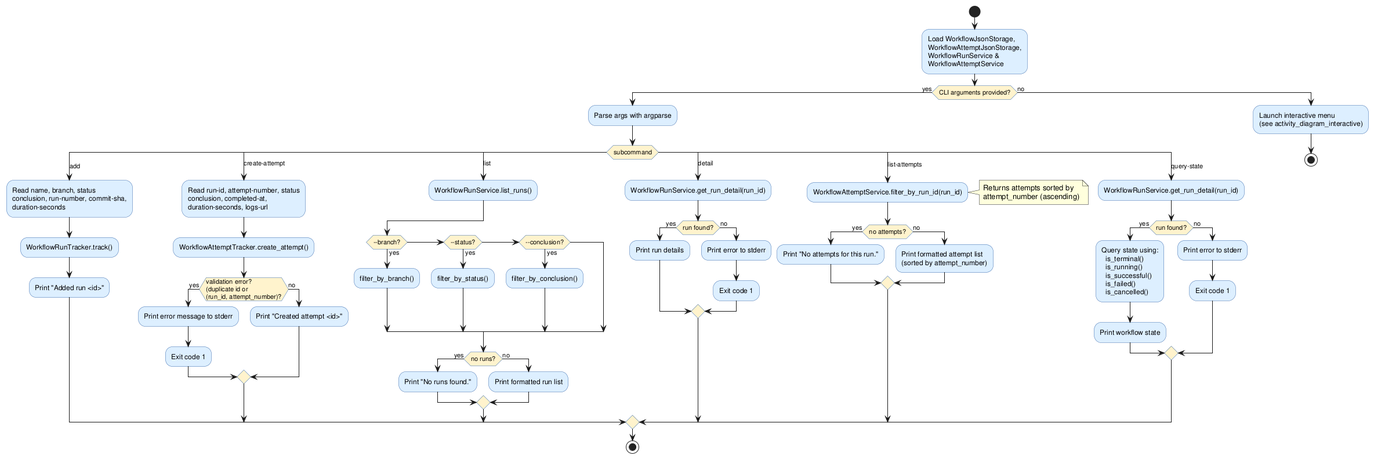
Before: experiments/pipeline/structured_text/github-workflow-manager/artifacts/activity_diagram_main.png, a diagram exported from PlantUML (DanielRiha8906/Software_autoevolution_using_agents). Source of this version:
```plantuml
@startuml activity_diagram_main

skinparam activityBackgroundColor #DDEEFF
skinparam activityBorderColor     #3366AA
skinparam activityDiamondBackgroundColor #FFF3CC

start

:Load WorkflowJsonStorage,\nWorkflowAttemptJsonStorage,\nWorkflowRunService &\nWorkflowAttemptService;

if (CLI arguments provided?) then (yes)
  :Parse args with argparse;
  switch (subcommand)

    case (add)
      :Read name, branch, status\nconclusion, run-number, commit-sha,\nduration-seconds;
      :WorkflowRunTracker.track();
      :Print "Added run <id>";

    case (create-attempt)
      :Read run-id, attempt-number, status\nconclusion, completed-at,\nduration-seconds, logs-url;
      :WorkflowAttemptTracker.create_attempt();
      if (validation error?\n(duplicate id or\n(run_id, attempt_number)?) then (yes)
        :Print error message to stderr;
        :Exit code 1;
      else (no)
        :Print "Created attempt <id>";
      endif

    case (list)
      :WorkflowRunService.list_runs();
      if (--branch?) then (yes)
        :filter_by_branch();
      elseif (--status?) then (yes)
        :filter_by_status();
      elseif (--conclusion?) then (yes)
        :filter_by_conclusion();
      endif
      if (no runs?) then (yes)
        :Print "No runs found.";
      else (no)
        :Print formatted run list;
      endif

    case (detail)
      :WorkflowRunService.get_run_detail(run_id);
      if (run found?) then (yes)
        :Print run details;
      else (no)
        :Print error to stderr;
        :Exit code 1;
      endif

    case (list-attempts)
      :WorkflowAttemptService.filter_by_run_id(run_id);
      note right
        Returns attempts sorted by
        attempt_number (ascending)
      end note
      if (no attempts?) then (yes)
        :Print "No attempts for this run.";
      else (no)
        :Print formatted attempt list\n(sorted by attempt_number);
      endif

    case (query-state)
      :WorkflowRunService.get_run_detail(run_id);
      if (run found?) then (yes)
        :Query state using:\n  is_terminal()\n  is_running()\n  is_successful()\n  is_failed()\n  is_cancelled();
        :Print workflow state;
      else (no)
        :Print error to stderr;
        :Exit code 1;
      endif

  endswitch
  stop

else (no)
  :Launch interactive menu\n(see activity_diagram_interactive);
  stop
endif

@enduml
```
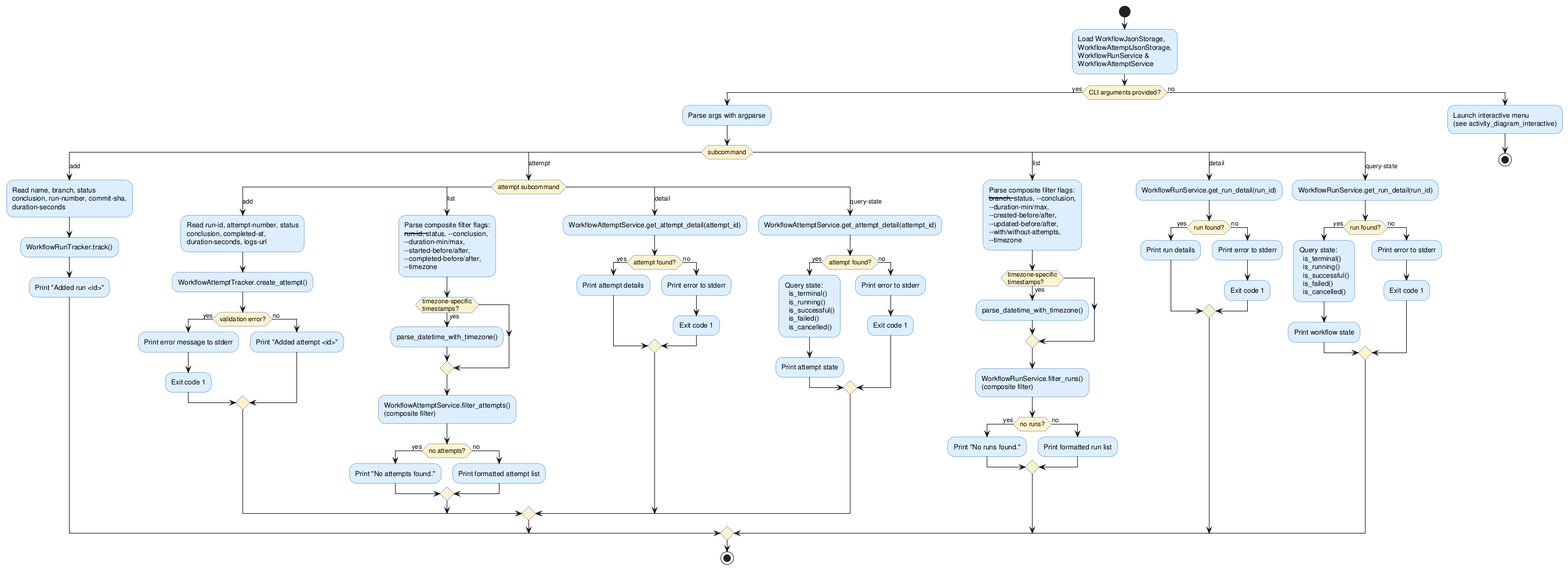
Later version of the same file.

Diff of the diagram source:
```diff
@@ -17,25 +17,53 @@
       :WorkflowRunTracker.track();
       :Print "Added run <id>";
 
-    case (create-attempt)
-      :Read run-id, attempt-number, status\nconclusion, completed-at,\nduration-seconds, logs-url;
-      :WorkflowAttemptTracker.create_attempt();
-      if (validation error?\n(duplicate id or\n(run_id, attempt_number)?) then (yes)
-        :Print error message to stderr;
-        :Exit code 1;
-      else (no)
-        :Print "Created attempt <id>";
-      endif
+    case (attempt)
+      switch (attempt subcommand)
+        case (add)
+          :Read run-id, attempt-number, status\nconclusion, completed-at,\nduration-seconds, logs-url;
+          :WorkflowAttemptTracker.create_attempt();
+          if (validation error?) then (yes)
+            :Print error message to stderr;
+            :Exit code 1;
+          else (no)
+            :Print "Added attempt <id>";
+          endif
+        case (list)
+          :Parse composite filter flags:\n--run-id, --status, --conclusion,\n--duration-min/max,\n--started-before/after,\n--completed-before/after,\n--timezone;
+          if (timezone-specific\ntimestamps?) then (yes)
+            :parse_datetime_with_timezone();
+          endif
+          :WorkflowAttemptService.filter_attempts()\n(composite filter);
+          if (no attempts?) then (yes)
+            :Print "No attempts found.";
+          else (no)
+            :Print formatted attempt list;
+          endif
+        case (detail)
+          :WorkflowAttemptService.get_attempt_detail(attempt_id);
+          if (attempt found?) then (yes)
+            :Print attempt details;
+          else (no)
+            :Print error to stderr;
+            :Exit code 1;
+          endif
+        case (query-state)
+          :WorkflowAttemptService.get_attempt_detail(attempt_id);
+          if (attempt found?) then (yes)
+            :Query state:\n  is_terminal()\n  is_running()\n  is_successful()\n  is_failed()\n  is_cancelled();
+            :Print attempt state;
+          else (no)
+            :Print error to stderr;
+            :Exit code 1;
+          endif
+      endswitch
 
     case (list)
-      :WorkflowRunService.list_runs();
-      if (--branch?) then (yes)
-        :filter_by_branch();
-      elseif (--status?) then (yes)
-        :filter_by_status();
-      elseif (--conclusion?) then (yes)
-        :filter_by_conclusion();
+      :Parse composite filter flags:\n--branch, --status, --conclusion,\n--duration-min/max,\n--created-before/after,\n--updated-before/after,\n--with/without-attempts,\n--timezone;
+      if (timezone-specific\ntimestamps?) then (yes)
+        :parse_datetime_with_timezone();
       endif
+      :WorkflowRunService.filter_runs()\n(composite filter);
       if (no runs?) then (yes)
         :Print "No runs found.";
       else (no)
@@ -51,22 +79,10 @@
         :Exit code 1;
       endif
 
-    case (list-attempts)
-      :WorkflowAttemptService.filter_by_run_id(run_id);
-      note right
-        Returns attempts sorted by
-        attempt_number (ascending)
-      end note
-      if (no attempts?) then (yes)
-        :Print "No attempts for this run.";
-      else (no)
-        :Print formatted attempt list\n(sorted by attempt_number);
-      endif
-
     case (query-state)
       :WorkflowRunService.get_run_detail(run_id);
       if (run found?) then (yes)
-        :Query state using:\n  is_terminal()\n  is_running()\n  is_successful()\n  is_failed()\n  is_cancelled();
+        :Query state:\n  is_terminal()\n  is_running()\n  is_successful()\n  is_failed()\n  is_cancelled();
         :Print workflow state;
       else (no)
         :Print error to stderr;
```
